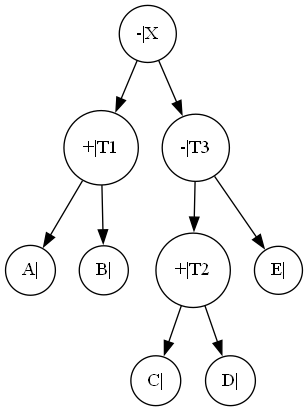
The Graphviz diagram DAG/visible.gv.png in hutao99/compiler, before a commit. Its source is kept beside it as DAG/visible.gv.
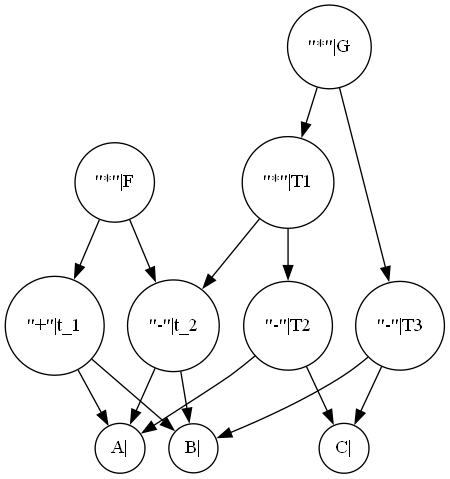
Later version of the same file.

The edit, as a diff of the source:
```diff
@@ -2,19 +2,26 @@
 	node [color=black shape=circle size="20,5"]
 	1 [label="A|"]
 	2 [label="B|"]
-	3 [label="+|T1"]
-	4 [label="C|"]
-	5 [label="D|"]
-	6 [label="+|T2"]
-	7 [label="E|"]
-	8 [label="-|T3"]
-	9 [label="-|X"]
+	3 [label="\"+\"|t_1"]
+	4 [label="\"-\"|t_2"]
+	5 [label="\"*\"|F"]
+	6 [label="C|"]
+	7 [label="\"-\"|T2"]
+	8 [label="\"-\"|T3"]
+	9 [label="\"*\"|T1"]
+	10 [label="\"*\"|G"]
 	3 -> 2
 	3 -> 1
-	6 -> 5
-	6 -> 4
+	4 -> 2
+	4 -> 1
+	5 -> 4
+	5 -> 3
+	7 -> 6
+	7 -> 1
 	8 -> 6
-	8 -> 7
-	9 -> 8
-	9 -> 3
+	8 -> 2
+	9 -> 7
+	9 -> 4
+	10 -> 8
+	10 -> 9
 }
```
